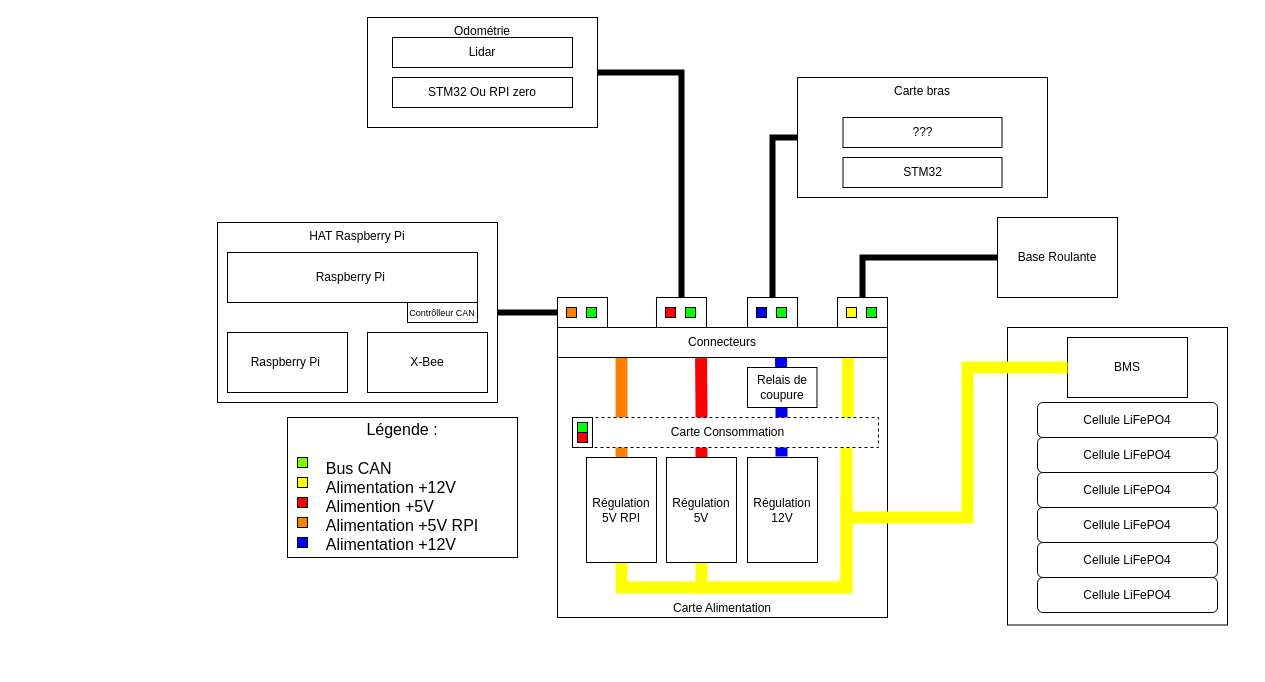
RobotechNancy/2021-2022 keeps this draw.io diagram as Pôle mécatronique/Electronique/Documents informatif/Architecture Système.drawio. Above is the earlier version. Source tidied: cells renumbered, new cells numbered last; positions are measured from the earlier drawing's top-left corner, leaving out a move shared by most shapes. Both pictures are drawn from the tidied source at 100%, with x=0, y=0 at pixel (217, 17).
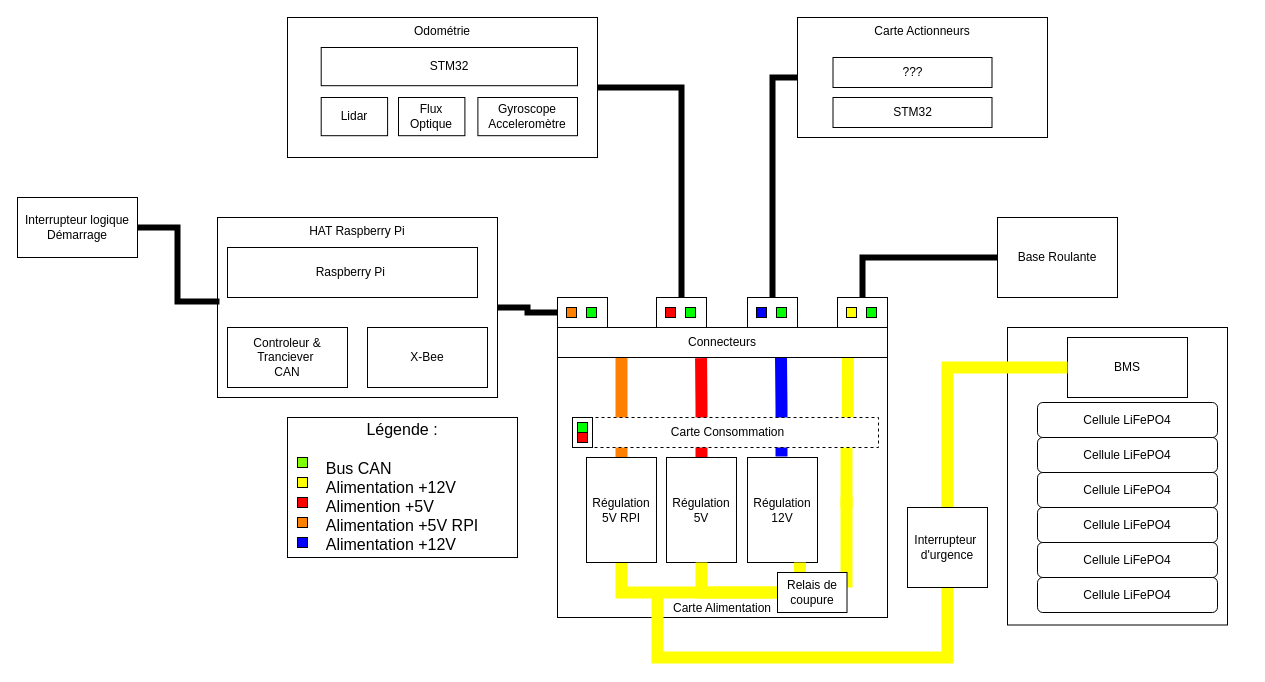
The same page after the edit.

Unchanged cells that the change refers to:
```xml
<mxCell id="16" value="BMS" style="rounded=0;whiteSpace=wrap;html=1;" parent="7" vertex="1">
  <mxGeometry x="70" y="10" width="120" height="60" as="geometry" />
</mxCell>
<mxCell id="19" value="Régulation 5V" style="whiteSpace=wrap;html=1;rounded=0;" parent="1" vertex="1">
  <mxGeometry x="449" y="440" width="70" height="105" as="geometry" />
</mxCell>
<mxCell id="22" value="Régulation 5V RPI" style="whiteSpace=wrap;html=1;rounded=0;" parent="1" vertex="1">
  <mxGeometry x="369" y="440" width="70" height="105" as="geometry" />
</mxCell>
<mxCell id="63" value="Régulation 12V" style="whiteSpace=wrap;html=1;rounded=0;" parent="1" vertex="1">
  <mxGeometry x="530" y="440" width="70" height="105" as="geometry" />
</mxCell>
<mxCell id="69" value="HAT Raspberry Pi" style="rounded=0;whiteSpace=wrap;html=1;verticalAlign=top;" parent="68" vertex="1">
  <mxGeometry width="280" height="180" as="geometry" />
</mxCell>
```

The edit, as a diff of the source:
```diff
@@
-    <mxCell id="17" style="edgeStyle=orthogonalEdgeStyle;rounded=0;jettySize=auto;html=1;exitX=0.5;exitY=1;exitDx=0;exitDy=0;endArrow=none;endFill=0;strokeColor=#FFFF00;strokeWidth=12;fontColor=#000000;" parent="1" edge="1" source="19">
-      <mxGeometry relative="1" as="geometry">
-        <mxPoint x="629" y="570" as="targetPoint" />
-        <Array as="points">
-          <mxPoint x="484" y="570" />
-          <mxPoint x="629" y="570" />
-        </Array>
-      </mxGeometry>
-    </mxCell>
@@
-    <mxCell id="20" style="edgeStyle=orthogonalEdgeStyle;rounded=0;jettySize=auto;html=1;exitX=0.5;exitY=1;exitDx=0;exitDy=0;endArrow=none;endFill=0;strokeColor=#FFFF00;strokeWidth=12;fontColor=#000000;" parent="1" edge="1" source="22">
-      <mxGeometry relative="1" as="geometry">
-        <mxPoint x="629" y="480" as="targetPoint" />
-        <Array as="points">
-          <mxPoint x="404" y="570" />
-          <mxPoint x="629" y="570" />
-        </Array>
-      </mxGeometry>
-    </mxCell>
@@
+    <mxCell id="74" style="edgeStyle=orthogonalEdgeStyle;rounded=0;jettySize=auto;html=1;exitX=0.5;exitY=1;exitDx=0;exitDy=0;entryX=0;entryY=0.5;entryDx=0;entryDy=0;endArrow=none;endFill=0;strokeColor=#FFFF00;strokeWidth=12;" parent="1" edge="1" source="22" target="58">
+      <mxGeometry relative="1" as="geometry" />
+    </mxCell>
@@
     <mxCell id="25" style="group;" parent="1" vertex="1">
-      <mxGeometry x="150" width="230" height="110" as="geometry" />
+      <mxGeometry x="70" width="310" height="140" as="geometry" />
     </mxCell>
     <mxCell id="26" value="Odométrie" style="whiteSpace=wrap;html=1;rounded=0;verticalAlign=top;" parent="25" vertex="1">
-      <mxGeometry width="230" height="110" as="geometry" />
+      <mxGeometry width="310" height="140" as="geometry" />
     </mxCell>
+    <mxCell id="28" value="STM32" style="whiteSpace=wrap;html=1;" parent="25" vertex="1">
+      <mxGeometry x="33.7" y="30" width="256.3" height="38.2" as="geometry" />
+    </mxCell>
     <mxCell id="27" value="Lidar" style="whiteSpace=wrap;html=1;" parent="25" vertex="1">
-      <mxGeometry x="25" y="20" width="180" height="30" as="geometry" />
+      <mxGeometry x="33.7" y="80" width="66.4" height="38.2" as="geometry" />
     </mxCell>
-    <mxCell id="28" value="STM32 Ou RPI zero" style="whiteSpace=wrap;html=1;" parent="25" vertex="1">
-      <mxGeometry x="25" y="60" width="180" height="30" as="geometry" />
-    </mxCell>
+    <mxCell id="75" value="Flux&lt;br&gt;Optique" style="whiteSpace=wrap;html=1;" parent="25" vertex="1">
+      <mxGeometry x="111" y="80" width="66.4" height="38.2" as="geometry" />
+    </mxCell>
+    <mxCell id="76" value="Gyroscope&lt;br&gt;Acceleromètre" style="whiteSpace=wrap;html=1;" parent="25" vertex="1">
+      <mxGeometry x="190.4" y="80" width="99.6" height="38.2" as="geometry" />
+    </mxCell>
-    <mxCell id="29" style="edgeStyle=orthogonalEdgeStyle;rounded=0;jettySize=auto;html=1;exitX=0;exitY=0.5;exitDx=0;exitDy=0;fontColor=#000000;endArrow=none;endFill=0;strokeColor=#FFFF00;strokeWidth=12;" parent="1" edge="1" source="16">
+    <mxCell id="29" style="edgeStyle=orthogonalEdgeStyle;rounded=0;jettySize=auto;html=1;exitX=0;exitY=0.5;exitDx=0;exitDy=0;fontColor=#000000;endArrow=none;endFill=0;strokeColor=#FFFF00;strokeWidth=12;" parent="1" edge="1" source="16" target="78">
       <mxGeometry relative="1" as="geometry">
-        <mxPoint x="630" y="500" as="targetPoint" />
         <Array as="points">
-          <mxPoint x="750" y="350" />
-          <mxPoint x="750" y="500" />
+          <mxPoint x="730" y="350" />
         </Array>
       </mxGeometry>
     </mxCell>
     <mxCell id="30" style="group;" parent="1" vertex="1">
-      <mxGeometry x="580" y="60" width="250" height="120" as="geometry" />
+      <mxGeometry x="570" width="250" height="120" as="geometry" />
     </mxCell>
-    <mxCell id="31" value="Carte bras" style="rounded=0;whiteSpace=wrap;html=1;verticalAlign=top;" parent="30" vertex="1">
-      <mxGeometry width="250" height="120" as="geometry" />
+    <mxCell id="31" value="Carte Actionneurs" style="rounded=0;whiteSpace=wrap;html=1;verticalAlign=top;" parent="30" vertex="1">
+      <mxGeometry x="10" width="250" height="120" as="geometry" />
     </mxCell>
@@
-    <mxCell id="50" style="group;" parent="1" vertex="1">
+    <mxCell id="50" style="group;fontColor=#000000;" parent="1" vertex="1">
       <mxGeometry x="70" y="400" width="230" height="130" as="geometry" />
     </mxCell>
@@
-    <mxCell id="58" value="Relais de coupure" style="rounded=0;whiteSpace=wrap;html=1;" parent="1" vertex="1">
-      <mxGeometry x="530" y="350" width="69.5" height="40" as="geometry" />
-    </mxCell>
@@
     <mxCell id="68" style="group;" parent="1" vertex="1">
-      <mxGeometry y="205" width="280" height="180" as="geometry" />
+      <mxGeometry y="200" width="280" height="180" as="geometry" />
     </mxCell>
@@
-    <mxCell id="71" value="Raspberry Pi&amp;nbsp;" style="rounded=0;whiteSpace=wrap;html=1;" parent="68" vertex="1">
+    <mxCell id="71" value="Controleur &amp;amp; Tranciever&amp;nbsp;&lt;br&gt;CAN" style="rounded=0;whiteSpace=wrap;html=1;" parent="68" vertex="1">
       <mxGeometry x="10" y="110" width="120" height="60" as="geometry" />
     </mxCell>
@@
-    <mxCell id="73" value="&lt;font style=&quot;font-size: 9px&quot;&gt;Contrôlleur CAN&lt;/font&gt;" style="rounded=0;whiteSpace=wrap;html=1;" parent="68" vertex="1">
-      <mxGeometry x="190" y="80" width="70" height="20" as="geometry" />
-    </mxCell>
+    <mxCell id="77" style="edgeStyle=orthogonalEdgeStyle;rounded=0;jettySize=auto;html=1;exitX=0.5;exitY=1;exitDx=0;exitDy=0;endArrow=none;endFill=0;strokeColor=#FFFF00;strokeWidth=12;" parent="1" edge="1" source="78">
+      <mxGeometry relative="1" as="geometry">
+        <mxPoint x="440" y="580" as="targetPoint" />
+        <Array as="points">
+          <mxPoint x="730" y="640" />
+          <mxPoint x="440" y="640" />
+          <mxPoint x="440" y="580" />
+        </Array>
+      </mxGeometry>
+    </mxCell>
+    <mxCell id="78" value="Interrupteur&amp;nbsp;&lt;br&gt;d'urgence" style="whiteSpace=wrap;html=1;" parent="1" vertex="1">
+      <mxGeometry x="690" y="490" width="80" height="80" as="geometry" />
+    </mxCell>
+    <mxCell id="79" style="edgeStyle=orthogonalEdgeStyle;rounded=0;jettySize=auto;html=1;exitX=0;exitY=0.5;exitDx=0;exitDy=0;entryX=0.5;entryY=1;entryDx=0;entryDy=0;endArrow=none;endFill=0;strokeWidth=12;strokeColor=#FFFF00;" parent="1" edge="1" source="58" target="19">
+      <mxGeometry relative="1" as="geometry" />
+    </mxCell>
+    <mxCell id="80" style="edgeStyle=orthogonalEdgeStyle;rounded=0;jettySize=auto;html=1;exitX=0.25;exitY=0;exitDx=0;exitDy=0;entryX=0.75;entryY=1;entryDx=0;entryDy=0;endArrow=none;endFill=0;strokeColor=#FFFF00;strokeWidth=12;" parent="1" edge="1" source="58" target="63">
+      <mxGeometry relative="1" as="geometry" />
+    </mxCell>
+    <mxCell id="58" value="Relais de coupure" style="rounded=0;whiteSpace=wrap;html=1;" parent="1" vertex="1">
+      <mxGeometry x="560" y="555" width="69.5" height="40" as="geometry" />
+    </mxCell>
+    <mxCell id="81" style="edgeStyle=orthogonalEdgeStyle;shape=connector;rounded=0;jumpSize=6;jettySize=auto;html=1;exitX=1;exitY=0.5;exitDx=0;exitDy=0;entryX=0.007;entryY=0.467;entryDx=0;entryDy=0;entryPerimeter=0;labelBackgroundColor=default;fontFamily=Helvetica;fontSize=11;fontColor=default;endArrow=none;endFill=0;targetPerimeterSpacing=0;strokeColor=#000000;strokeWidth=6;" parent="1" edge="1" source="82" target="69">
+      <mxGeometry relative="1" as="geometry" />
+    </mxCell>
+    <mxCell id="82" value="Interrupteur logique&lt;br&gt;Démarrage" style="rounded=0;whiteSpace=wrap;html=1;" parent="1" vertex="1">
+      <mxGeometry x="-200" y="180" width="120" height="60" as="geometry" />
+    </mxCell>
```
